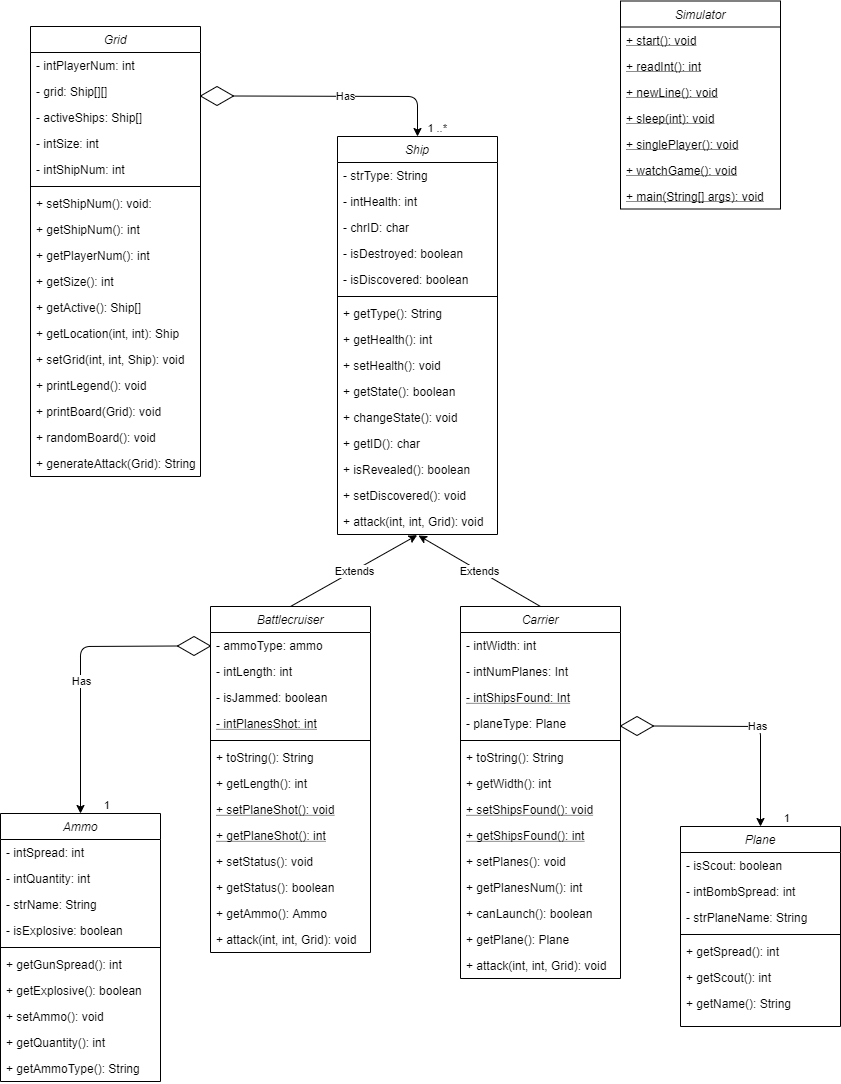
SACHSTech/ics4u-oop-assignment-jeffreylin-21 keeps this draw.io diagram as src/Class Diagram.png. Above is the earlier version. Source tidied: cells renumbered, new cells last; positions are measured from the earlier drawing's top-left corner, leaving out a move shared by most shapes.
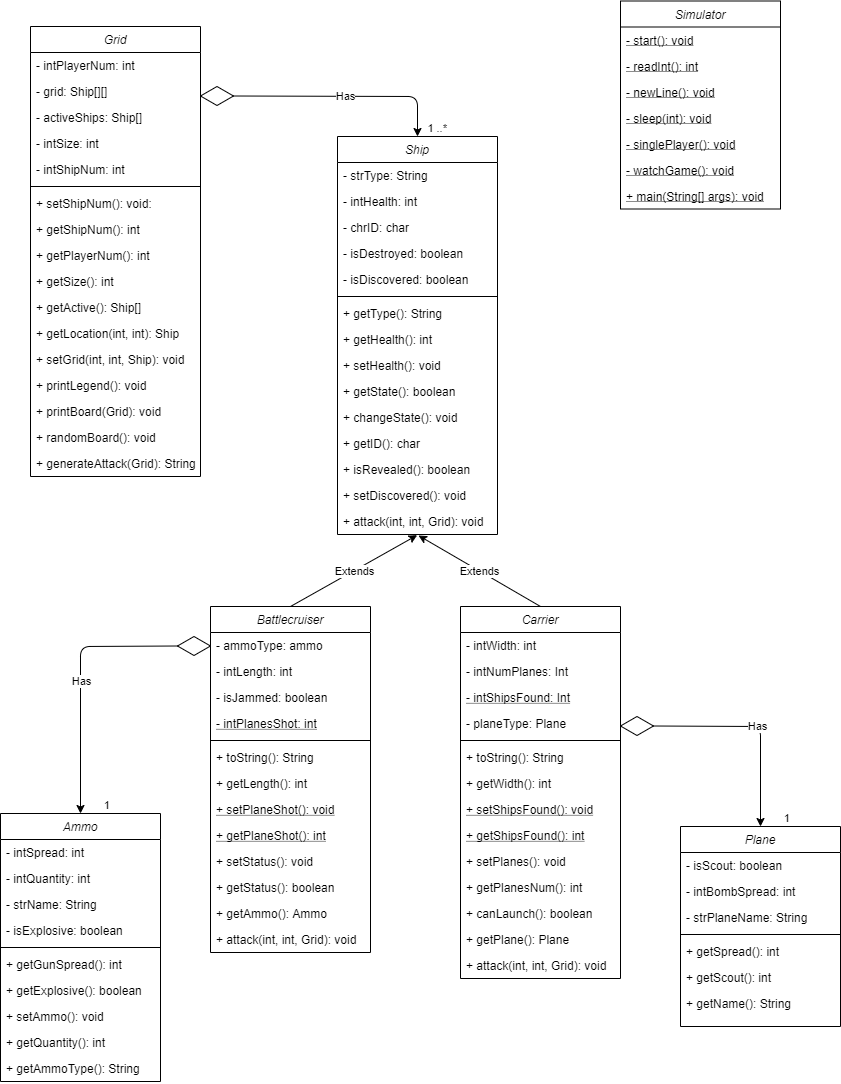
After the change.

Commit message:
Update class diagram

What changed in the source:
```diff
@@ -319,22 +319,22 @@
     <mxCell id="100" value="Simulator" style="swimlane;fontStyle=2;align=center;verticalAlign=top;horizontal=1;startSize=26;rounded=0;shadow=0;strokeWidth=1;" parent="1" vertex="1">
       <mxGeometry x="620" y="0.5" width="160" height="208" as="geometry" />
     </mxCell>
-    <mxCell id="101" value="+ start(): void" style="text;align=left;verticalAlign=top;spacingLeft=4;spacingRight=4;overflow=hidden;fontStyle=4;" parent="100" vertex="1">
+    <mxCell id="101" value="- start(): void" style="text;align=left;verticalAlign=top;spacingLeft=4;spacingRight=4;overflow=hidden;fontStyle=4;" parent="100" vertex="1">
       <mxGeometry y="26" width="160" height="26" as="geometry" />
     </mxCell>
-    <mxCell id="102" value="+ readInt(): int" style="text;align=left;verticalAlign=top;spacingLeft=4;spacingRight=4;overflow=hidden;rounded=0;shadow=0;html=0;fontStyle=4;" parent="100" vertex="1">
+    <mxCell id="102" value="- readInt(): int" style="text;align=left;verticalAlign=top;spacingLeft=4;spacingRight=4;overflow=hidden;rounded=0;shadow=0;html=0;fontStyle=4;" parent="100" vertex="1">
       <mxGeometry y="52" width="160" height="26" as="geometry" />
     </mxCell>
-    <mxCell id="103" value="+ newLine(): void" style="text;align=left;verticalAlign=top;spacingLeft=4;spacingRight=4;overflow=hidden;rounded=0;shadow=0;html=0;fontStyle=4;" parent="100" vertex="1">
+    <mxCell id="103" value="- newLine(): void" style="text;align=left;verticalAlign=top;spacingLeft=4;spacingRight=4;overflow=hidden;rounded=0;shadow=0;html=0;fontStyle=4;" parent="100" vertex="1">
       <mxGeometry y="78" width="160" height="26" as="geometry" />
     </mxCell>
-    <mxCell id="104" value="+ sleep(int): void" style="text;align=left;verticalAlign=top;spacingLeft=4;spacingRight=4;overflow=hidden;rounded=0;shadow=0;html=0;fontStyle=4;" parent="100" vertex="1">
+    <mxCell id="104" value="- sleep(int): void" style="text;align=left;verticalAlign=top;spacingLeft=4;spacingRight=4;overflow=hidden;rounded=0;shadow=0;html=0;fontStyle=4;" parent="100" vertex="1">
       <mxGeometry y="104" width="160" height="26" as="geometry" />
     </mxCell>
-    <mxCell id="105" value="+ singlePlayer(): void" style="text;align=left;verticalAlign=top;spacingLeft=4;spacingRight=4;overflow=hidden;rounded=0;shadow=0;html=0;fontStyle=4;" parent="100" vertex="1">
+    <mxCell id="105" value="- singlePlayer(): void" style="text;align=left;verticalAlign=top;spacingLeft=4;spacingRight=4;overflow=hidden;rounded=0;shadow=0;html=0;fontStyle=4;" parent="100" vertex="1">
       <mxGeometry y="130" width="160" height="26" as="geometry" />
     </mxCell>
-    <mxCell id="106" value="+ watchGame(): void" style="text;align=left;verticalAlign=top;spacingLeft=4;spacingRight=4;overflow=hidden;rounded=0;shadow=0;html=0;fontStyle=4;" parent="100" vertex="1">
+    <mxCell id="106" value="- watchGame(): void" style="text;align=left;verticalAlign=top;spacingLeft=4;spacingRight=4;overflow=hidden;rounded=0;shadow=0;html=0;fontStyle=4;" parent="100" vertex="1">
       <mxGeometry y="156" width="160" height="26" as="geometry" />
     </mxCell>
     <mxCell id="107" value="+ main(String[] args): void" style="text;align=left;verticalAlign=top;spacingLeft=4;spacingRight=4;overflow=hidden;rounded=0;shadow=0;html=0;fontStyle=4;" parent="100" vertex="1">
```
